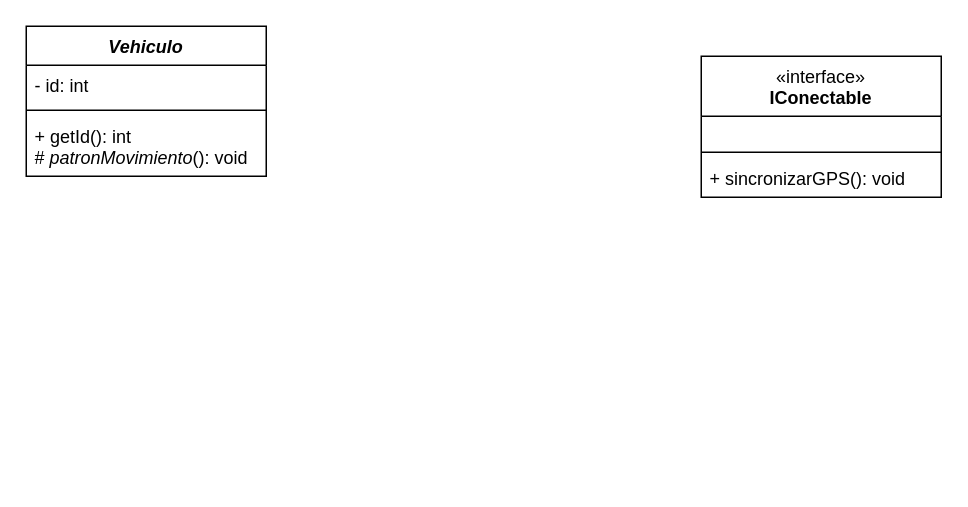
Before: docs/SmartLogistics_System_UML.drawio in Snti720/SmartLogistics-System, a draw.io diagram. Source tidied: cells renumbered, new cells numbered last; positions are measured from the earlier drawing's top-left corner, leaving out a move shared by most shapes. Both pictures are drawn from the tidied source at 150%, with x=0, y=0 at pixel (26, 26).
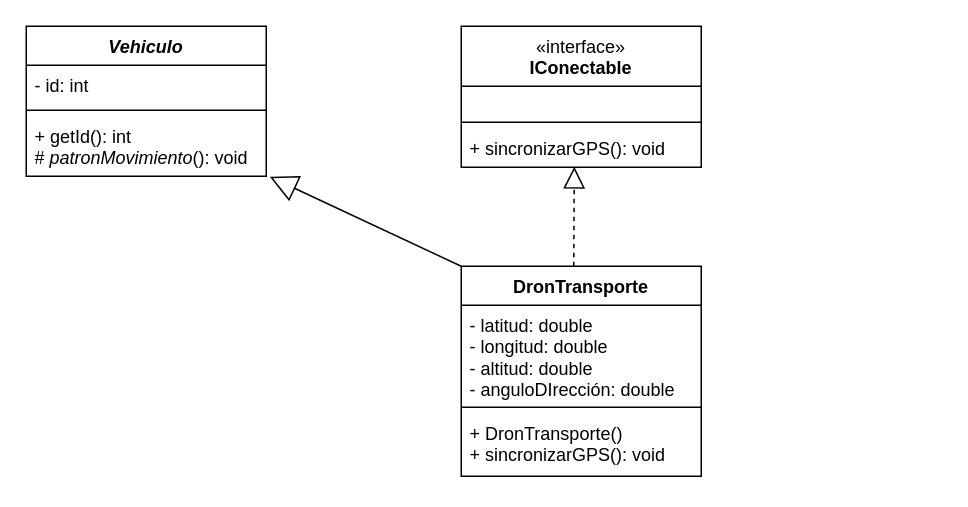
The same diagram, later.

Diff of the diagram source:
```diff
@@
 <mxGraphModel>
   <root>
     <mxCell id="0" />
     <mxCell id="1" parent="0" />
     <mxCell id="2" value="&lt;i&gt;Vehiculo&lt;/i&gt;" style="swimlane;fontStyle=1;align=center;verticalAlign=top;horizontal=1;startSize=26;whiteSpace=wrap;html=1;" parent="1" vertex="1">
       <mxGeometry width="160" height="100" as="geometry" />
     </mxCell>
     <mxCell id="3" value="- id: int" style="text;strokeColor=none;fillColor=none;align=left;verticalAlign=top;spacingLeft=4;spacingRight=4;overflow=hidden;whiteSpace=wrap;html=1;" parent="2" vertex="1">
       <mxGeometry y="26" width="160" height="26" as="geometry" />
     </mxCell>
     <mxCell id="4" style="line;strokeWidth=1;fillColor=none;align=left;verticalAlign=middle;spacingTop=-1;spacingLeft=3;spacingRight=3;labelPosition=right;strokeColor=inherit;" parent="2" vertex="1">
       <mxGeometry y="52" width="160" height="8" as="geometry" />
     </mxCell>
     <mxCell id="5" value="+ getId(): int&lt;div&gt;# &lt;i&gt;patronMovimiento&lt;/i&gt;(): void&lt;/div&gt;" style="text;strokeColor=none;fillColor=none;align=left;verticalAlign=top;spacingLeft=4;spacingRight=4;overflow=hidden;points=[[0,0.5],[1,0.5]];portConstraint=eastwest;whiteSpace=wrap;html=1;" parent="2" vertex="1">
       <mxGeometry y="60" width="160" height="40" as="geometry" />
     </mxCell>
     <mxCell id="6" value="&lt;span style=&quot;font-weight: 400;&quot;&gt;«interface»&lt;/span&gt;&lt;br style=&quot;font-weight: 400;&quot;&gt;&lt;b&gt;IConectable&lt;/b&gt;" style="swimlane;fontStyle=1;align=center;verticalAlign=top;horizontal=1;startSize=40;whiteSpace=wrap;html=1;" parent="1" vertex="1">
-      <mxGeometry x="450" y="20" width="160" height="94" as="geometry" />
+      <mxGeometry x="290" width="160" height="94" as="geometry" />
     </mxCell>
     <mxCell id="7" value="&lt;div&gt;&lt;br&gt;&lt;/div&gt;&lt;div&gt;&lt;br&gt;&lt;/div&gt;" style="text;strokeColor=none;fillColor=none;align=left;verticalAlign=top;spacingLeft=4;spacingRight=4;overflow=hidden;whiteSpace=wrap;html=1;" parent="6" vertex="1">
       <mxGeometry y="40" width="160" height="20" as="geometry" />
     </mxCell>
     <mxCell id="8" style="line;strokeWidth=1;fillColor=none;align=left;verticalAlign=middle;spacingTop=-1;spacingLeft=3;spacingRight=3;labelPosition=right;strokeColor=inherit;" parent="6" vertex="1">
       <mxGeometry y="60" width="160" height="8" as="geometry" />
     </mxCell>
     <mxCell id="9" value="+ sincronizarGPS(): void" style="text;strokeColor=none;fillColor=none;align=left;verticalAlign=top;spacingLeft=4;spacingRight=4;overflow=hidden;points=[[0,0.5],[1,0.5]];portConstraint=eastwest;whiteSpace=wrap;html=1;" parent="6" vertex="1">
       <mxGeometry y="68" width="160" height="26" as="geometry" />
     </mxCell>
+    <mxCell id="10" value="DronTransporte" style="swimlane;fontStyle=1;align=center;verticalAlign=top;horizontal=1;startSize=26;whiteSpace=wrap;html=1;" parent="1" vertex="1">
+      <mxGeometry x="290" y="160" width="160" height="140" as="geometry" />
+    </mxCell>
+    <mxCell id="11" value="- latitud: double&lt;div&gt;- longitud: double&lt;br&gt;- altitud: double&lt;/div&gt;&lt;div&gt;- anguloDIrección: double&lt;/div&gt;" style="text;strokeColor=none;fillColor=none;align=left;verticalAlign=top;spacingLeft=4;spacingRight=4;overflow=hidden;whiteSpace=wrap;html=1;" parent="10" vertex="1">
+      <mxGeometry y="26" width="160" height="64" as="geometry" />
+    </mxCell>
+    <mxCell id="12" style="line;strokeWidth=1;fillColor=none;align=left;verticalAlign=middle;spacingTop=-1;spacingLeft=3;spacingRight=3;labelPosition=right;strokeColor=inherit;" parent="10" vertex="1">
+      <mxGeometry y="90" width="160" height="8" as="geometry" />
+    </mxCell>
+    <mxCell id="13" value="+ DronTransporte()&lt;div&gt;+ sincronizarGPS(): void&lt;/div&gt;" style="text;strokeColor=none;fillColor=none;align=left;verticalAlign=top;spacingLeft=4;spacingRight=4;overflow=hidden;whiteSpace=wrap;html=1;" parent="10" vertex="1">
+      <mxGeometry y="98" width="160" height="42" as="geometry" />
+    </mxCell>
+    <mxCell id="14" style="endArrow=block;endSize=16;endFill=0;html=1;rounded=0;entryX=1.015;entryY=1.008;entryDx=0;entryDy=0;entryPerimeter=0;exitX=0;exitY=0;exitDx=0;exitDy=0;" parent="1" edge="1" source="10" target="5">
+      <mxGeometry relative="1" as="geometry" />
+    </mxCell>
+    <mxCell id="15" style="endArrow=block;dashed=1;endFill=0;endSize=12;html=1;rounded=0;entryX=0.471;entryY=0.987;entryDx=0;entryDy=0;entryPerimeter=0;" parent="1" edge="1" target="9">
+      <mxGeometry relative="1" as="geometry">
+        <mxPoint x="365" y="160" as="sourcePoint" />
+      </mxGeometry>
+    </mxCell>
   </root>
 </mxGraphModel>
```
